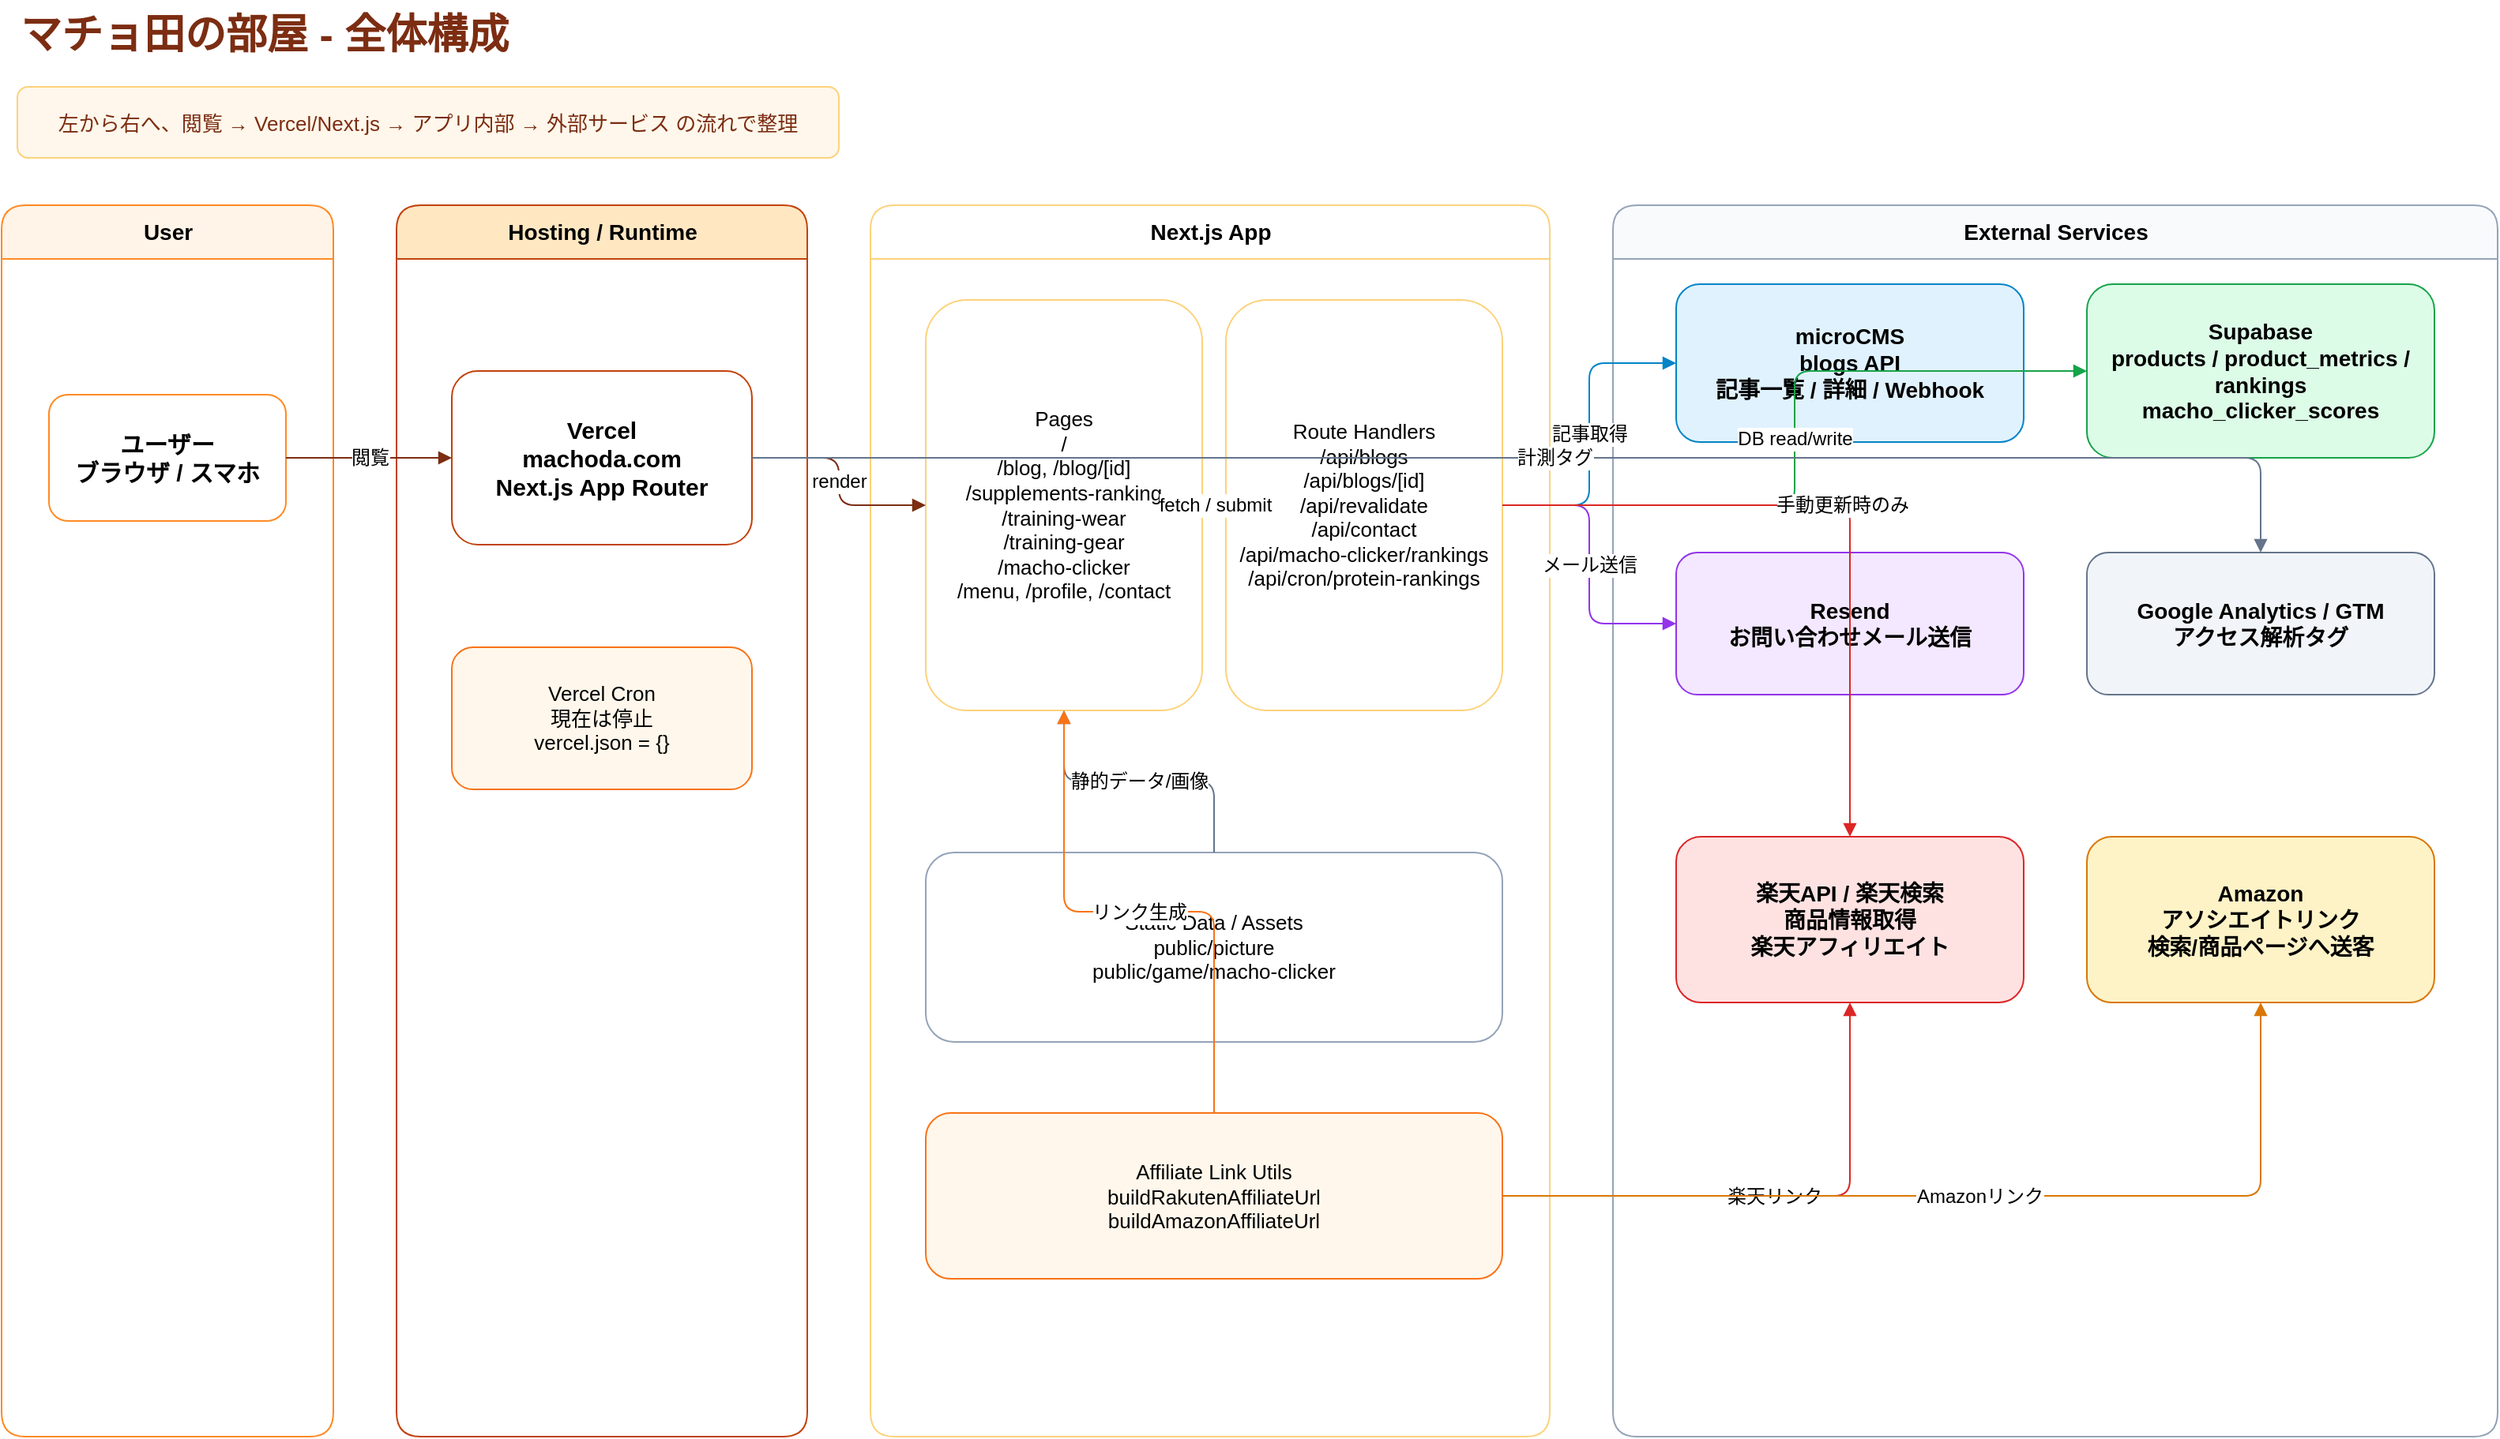
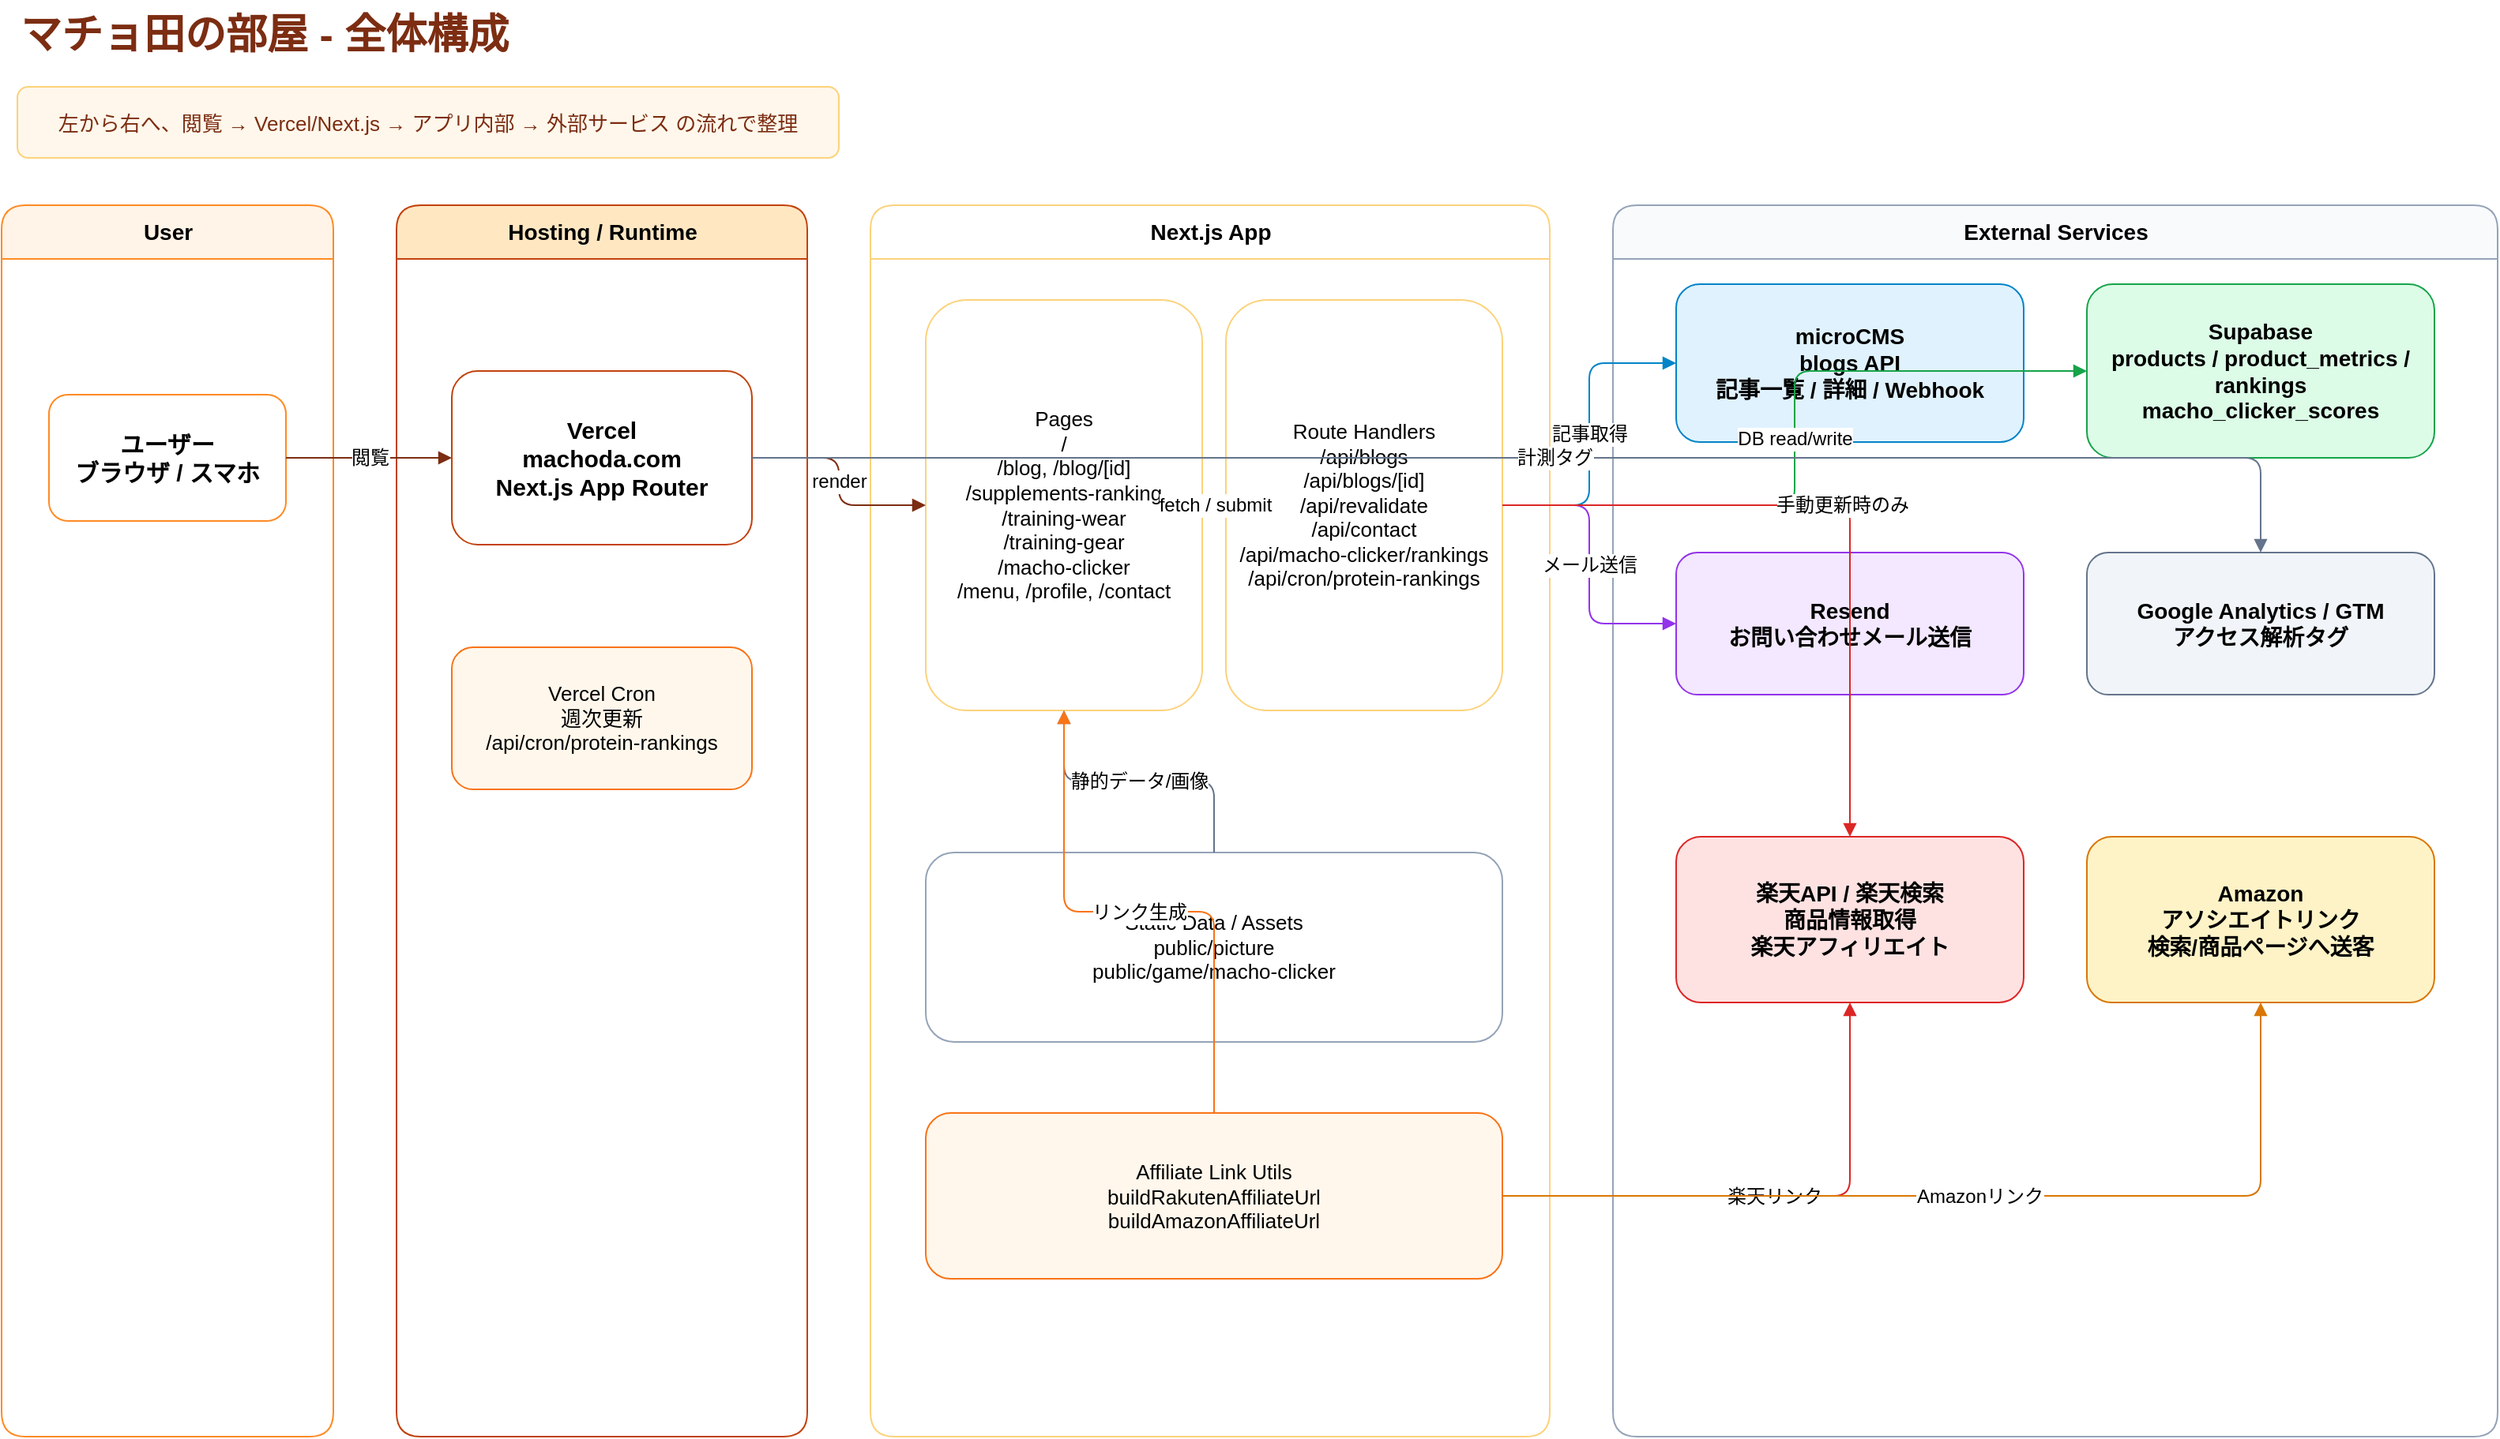
<mxfile host="app.diagrams.net" modified="2026-05-18T00:00:00.000Z" agent="Codex" version="24.7.17">
  <diagram id="machoda-architecture" name="Architecture">
    <mxGraphModel dx="1600" dy="1000" grid="1" gridSize="10" guides="1" tooltips="1" connect="1" arrows="1" fold="1" page="1" pageScale="1" pageWidth="1700" pageHeight="1100" math="0" shadow="0">
      <root>
        <mxCell id="0" />
        <mxCell id="1" parent="0" />
        <mxCell id="title" value="マチョ田の部屋 - 全体構成" style="text;html=1;strokeColor=none;fillColor=none;fontSize=26;fontStyle=1;fontColor=#7C2D12;" vertex="1" parent="1">
          <mxGeometry x="50" y="30" width="480" height="50" as="geometry" />
        </mxCell>
        <mxCell id="note" value="左から右へ、閲覧 → Vercel/Next.js → アプリ内部 → 外部サービス の流れで整理" style="rounded=1;whiteSpace=wrap;html=1;fillColor=#FFF7EB;strokeColor=#FCD27B;fontSize=13;fontColor=#7C2D12;" vertex="1" parent="1">
          <mxGeometry x="50" y="85" width="520" height="45" as="geometry" />
        </mxCell>

        <mxCell id="lane-user" value="User" style="swimlane;html=1;rounded=1;fillColor=#FFF4E7;strokeColor=#FF8A23;fontStyle=1;fontSize=14;startSize=34;" vertex="1" parent="1">
          <mxGeometry x="40" y="160" width="210" height="780" as="geometry" />
        </mxCell>
        <mxCell id="lane-platform" value="Hosting / Runtime" style="swimlane;html=1;rounded=1;fillColor=#FFE7C2;strokeColor=#C2410C;fontStyle=1;fontSize=14;startSize=34;" vertex="1" parent="1">
          <mxGeometry x="290" y="160" width="260" height="780" as="geometry" />
        </mxCell>
        <mxCell id="lane-app" value="Next.js App" style="swimlane;html=1;rounded=1;fillColor=#FFFFFF;strokeColor=#FCD27B;fontStyle=1;fontSize=14;startSize=34;" vertex="1" parent="1">
          <mxGeometry x="590" y="160" width="430" height="780" as="geometry" />
        </mxCell>
        <mxCell id="lane-external" value="External Services" style="swimlane;html=1;rounded=1;fillColor=#F8FAFC;strokeColor=#94A3B8;fontStyle=1;fontSize=14;startSize=34;" vertex="1" parent="1">
          <mxGeometry x="1060" y="160" width="560" height="780" as="geometry" />
        </mxCell>

        <mxCell id="user" value="ユーザー&#xa;ブラウザ / スマホ" style="rounded=1;whiteSpace=wrap;html=1;fillColor=#FFFFFF;strokeColor=#FF8A23;fontSize=15;fontStyle=1;" vertex="1" parent="1">
          <mxGeometry x="70" y="280" width="150" height="80" as="geometry" />
        </mxCell>
        <mxCell id="vercel" value="Vercel&#xa;machoda.com&#xa;Next.js App Router" style="rounded=1;whiteSpace=wrap;html=1;fillColor=#FFFFFF;strokeColor=#C2410C;fontSize=15;fontStyle=1;" vertex="1" parent="1">
          <mxGeometry x="325" y="265" width="190" height="110" as="geometry" />
        </mxCell>
-         <mxCell id="cron" value="Vercel Cron&#xa;現在は停止&#xa;vercel.json = {}" style="rounded=1;whiteSpace=wrap;html=1;fillColor=#FFF7EB;strokeColor=#F97316;fontSize=13;" vertex="1" parent="1">
+         <mxCell id="cron" value="Vercel Cron&#xa;週次更新&#xa;/api/cron/protein-rankings" style="rounded=1;whiteSpace=wrap;html=1;fillColor=#FFF7EB;strokeColor=#F97316;fontSize=13;" vertex="1" parent="1">
          <mxGeometry x="325" y="440" width="190" height="90" as="geometry" />
        </mxCell>
        <mxCell id="pages" value="Pages&#xa;/&#xa;/blog, /blog/[id]&#xa;/supplements-ranking&#xa;/training-wear&#xa;/training-gear&#xa;/macho-clicker&#xa;/menu, /profile, /contact" style="rounded=1;whiteSpace=wrap;html=1;fillColor=#FFFFFF;strokeColor=#FCD27B;fontSize=13;" vertex="1" parent="1">
          <mxGeometry x="625" y="220" width="175" height="260" as="geometry" />
        </mxCell>
        <mxCell id="api" value="Route Handlers&#xa;/api/blogs&#xa;/api/blogs/[id]&#xa;/api/revalidate&#xa;/api/contact&#xa;/api/macho-clicker/rankings&#xa;/api/cron/protein-rankings" style="rounded=1;whiteSpace=wrap;html=1;fillColor=#FFFFFF;strokeColor=#FCD27B;fontSize=13;" vertex="1" parent="1">
          <mxGeometry x="815" y="220" width="175" height="260" as="geometry" />
        </mxCell>
        <mxCell id="static" value="Static Data / Assets&#xa;public/picture&#xa;public/game/macho-clicker" style="rounded=1;whiteSpace=wrap;html=1;fillColor=#FFFFFF;strokeColor=#94A3B8;fontSize=13;" vertex="1" parent="1">
          <mxGeometry x="625" y="570" width="365" height="120" as="geometry" />
        </mxCell>
        <mxCell id="affiliate-utils" value="Affiliate Link Utils&#xa;buildRakutenAffiliateUrl&#xa;buildAmazonAffiliateUrl" style="rounded=1;whiteSpace=wrap;html=1;fillColor=#FFF7EB;strokeColor=#F97316;fontSize=13;" vertex="1" parent="1">
          <mxGeometry x="625" y="735" width="365" height="105" as="geometry" />
        </mxCell>

        <mxCell id="microcms" value="microCMS&#xa;blogs API&#xa;記事一覧 / 詳細 / Webhook" style="rounded=1;whiteSpace=wrap;html=1;fillColor=#E0F2FE;strokeColor=#0284C7;fontSize=14;fontStyle=1;" vertex="1" parent="1">
          <mxGeometry x="1100" y="210" width="220" height="100" as="geometry" />
        </mxCell>
        <mxCell id="supabase" value="Supabase&#xa;products / product_metrics / rankings&#xa;macho_clicker_scores" style="rounded=1;whiteSpace=wrap;html=1;fillColor=#DCFCE7;strokeColor=#16A34A;fontSize=14;fontStyle=1;" vertex="1" parent="1">
          <mxGeometry x="1360" y="210" width="220" height="110" as="geometry" />
        </mxCell>
        <mxCell id="resend" value="Resend&#xa;お問い合わせメール送信" style="rounded=1;whiteSpace=wrap;html=1;fillColor=#F3E8FF;strokeColor=#9333EA;fontSize=14;fontStyle=1;" vertex="1" parent="1">
          <mxGeometry x="1100" y="380" width="220" height="90" as="geometry" />
        </mxCell>
        <mxCell id="analytics" value="Google Analytics / GTM&#xa;アクセス解析タグ" style="rounded=1;whiteSpace=wrap;html=1;fillColor=#F1F5F9;strokeColor=#64748B;fontSize=14;fontStyle=1;" vertex="1" parent="1">
          <mxGeometry x="1360" y="380" width="220" height="90" as="geometry" />
        </mxCell>
        <mxCell id="rakuten" value="楽天API / 楽天検索&#xa;商品情報取得&#xa;楽天アフィリエイト" style="rounded=1;whiteSpace=wrap;html=1;fillColor=#FEE2E2;strokeColor=#DC2626;fontSize=14;fontStyle=1;" vertex="1" parent="1">
          <mxGeometry x="1100" y="560" width="220" height="105" as="geometry" />
        </mxCell>
        <mxCell id="amazon" value="Amazon&#xa;アソシエイトリンク&#xa;検索/商品ページへ送客" style="rounded=1;whiteSpace=wrap;html=1;fillColor=#FEF3C7;strokeColor=#D97706;fontSize=14;fontStyle=1;" vertex="1" parent="1">
          <mxGeometry x="1360" y="560" width="220" height="105" as="geometry" />
        </mxCell>

        <mxCell id="e-user-vercel" value="閲覧" style="edgeStyle=orthogonalEdgeStyle;rounded=1;html=1;endArrow=block;strokeColor=#7C2D12;fontSize=12;" edge="1" parent="1" source="user" target="vercel">
          <mxGeometry relative="1" as="geometry" />
        </mxCell>
        <mxCell id="e-vercel-pages" value="render" style="edgeStyle=orthogonalEdgeStyle;rounded=1;html=1;endArrow=block;strokeColor=#7C2D12;fontSize=12;" edge="1" parent="1" source="vercel" target="pages">
          <mxGeometry relative="1" as="geometry" />
        </mxCell>
        <mxCell id="e-pages-api" value="fetch / submit" style="edgeStyle=orthogonalEdgeStyle;rounded=1;html=1;endArrow=block;strokeColor=#7C2D12;fontSize=12;" edge="1" parent="1" source="pages" target="api">
          <mxGeometry relative="1" as="geometry" />
        </mxCell>
        <mxCell id="e-static-pages" value="静的データ/画像" style="edgeStyle=orthogonalEdgeStyle;rounded=1;html=1;endArrow=block;strokeColor=#64748B;fontSize=12;" edge="1" parent="1" source="static" target="pages">
          <mxGeometry relative="1" as="geometry" />
        </mxCell>
        <mxCell id="e-affiliate-pages" value="リンク生成" style="edgeStyle=orthogonalEdgeStyle;rounded=1;html=1;endArrow=block;strokeColor=#F97316;fontSize=12;" edge="1" parent="1" source="affiliate-utils" target="pages">
          <mxGeometry relative="1" as="geometry" />
        </mxCell>
        <mxCell id="e-api-microcms" value="記事取得" style="edgeStyle=orthogonalEdgeStyle;rounded=1;html=1;endArrow=block;strokeColor=#0284C7;fontSize=12;" edge="1" parent="1" source="api" target="microcms">
          <mxGeometry relative="1" as="geometry" />
        </mxCell>
        <mxCell id="e-api-supabase" value="DB read/write" style="edgeStyle=orthogonalEdgeStyle;rounded=1;html=1;endArrow=block;strokeColor=#16A34A;fontSize=12;" edge="1" parent="1" source="api" target="supabase">
          <mxGeometry relative="1" as="geometry" />
        </mxCell>
        <mxCell id="e-api-resend" value="メール送信" style="edgeStyle=orthogonalEdgeStyle;rounded=1;html=1;endArrow=block;strokeColor=#9333EA;fontSize=12;" edge="1" parent="1" source="api" target="resend">
          <mxGeometry relative="1" as="geometry" />
        </mxCell>
        <mxCell id="e-vercel-analytics" value="計測タグ" style="edgeStyle=orthogonalEdgeStyle;rounded=1;html=1;endArrow=block;strokeColor=#64748B;fontSize=12;" edge="1" parent="1" source="vercel" target="analytics">
          <mxGeometry relative="1" as="geometry" />
        </mxCell>
        <mxCell id="e-api-rakuten" value="手動更新時のみ" style="edgeStyle=orthogonalEdgeStyle;rounded=1;html=1;endArrow=block;strokeColor=#DC2626;fontSize=12;" edge="1" parent="1" source="api" target="rakuten">
          <mxGeometry relative="1" as="geometry" />
        </mxCell>
        <mxCell id="e-affiliate-rakuten" value="楽天リンク" style="edgeStyle=orthogonalEdgeStyle;rounded=1;html=1;endArrow=block;strokeColor=#DC2626;fontSize=12;" edge="1" parent="1" source="affiliate-utils" target="rakuten">
          <mxGeometry relative="1" as="geometry" />
        </mxCell>
        <mxCell id="e-affiliate-amazon" value="Amazonリンク" style="edgeStyle=orthogonalEdgeStyle;rounded=1;html=1;endArrow=block;strokeColor=#D97706;fontSize=12;" edge="1" parent="1" source="affiliate-utils" target="amazon">
          <mxGeometry relative="1" as="geometry" />
        </mxCell>
      </root>
    </mxGraphModel>
  </diagram>
</mxfile>
